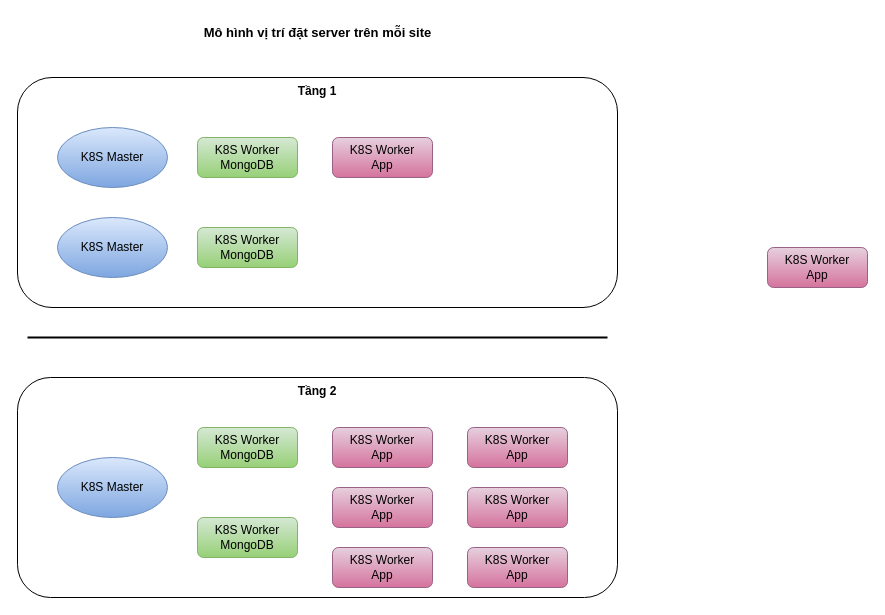
Before: page "Trang-3" (3 of 4) of trien khai mano ocs 100M.drawio in hiep1097/drawio, a draw.io diagram. Source tidied: cells renumbered, new cells numbered last; positions are measured from the earlier drawing's top-left corner, leaving out a move shared by most shapes. Both pictures are drawn from the tidied source at 100%, with x=0, y=0 at pixel (17, 17).
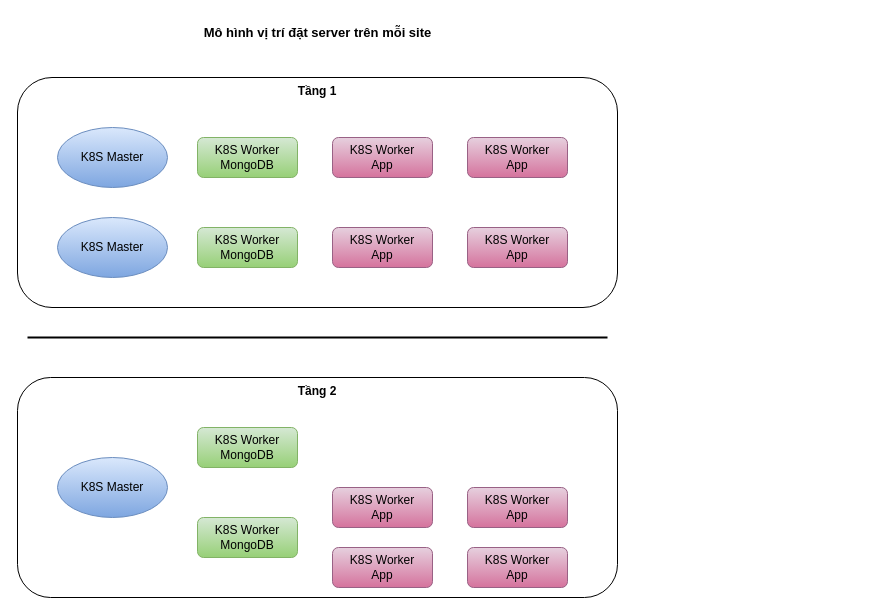
The same page after the edit.

Commit message:
Cập nhật trien khai mano ocs 100M.drawio

What changed in the source:
```diff
@@
     <mxCell id="11" value="K8S Worker&lt;div&gt;App&lt;/div&gt;" style="rounded=1;whiteSpace=wrap;html=1;fillColor=#e6d0de;gradientColor=#d5739d;strokeColor=#996185;" parent="1" vertex="1">
-      <mxGeometry x="450" y="410" width="100" height="40" as="geometry" />
+      <mxGeometry x="315" y="210" width="100" height="40" as="geometry" />
     </mxCell>
@@
     <mxCell id="16" value="K8S Worker&lt;div&gt;App&lt;/div&gt;" style="rounded=1;whiteSpace=wrap;html=1;fillColor=#e6d0de;gradientColor=#d5739d;strokeColor=#996185;" parent="1" vertex="1">
-      <mxGeometry x="315" y="410" width="100" height="40" as="geometry" />
+      <mxGeometry x="450" y="120" width="100" height="40" as="geometry" />
     </mxCell>
     <mxCell id="17" value="K8S Worker&lt;div&gt;App&lt;/div&gt;" style="rounded=1;whiteSpace=wrap;html=1;fillColor=#e6d0de;gradientColor=#d5739d;strokeColor=#996185;" parent="1" vertex="1">
-      <mxGeometry x="750" y="230" width="100" height="40" as="geometry" />
+      <mxGeometry x="450" y="210" width="100" height="40" as="geometry" />
     </mxCell>
@@
+    <mxCell id="21" style="edgeStyle=none;rounded=0;orthogonalLoop=1;jettySize=auto;html=1;exitX=0.5;exitY=1;exitDx=0;exitDy=0;dashed=1;dashPattern=1 3;strokeColor=default;strokeWidth=2;align=center;verticalAlign=middle;fontFamily=Helvetica;fontSize=11;fontColor=default;labelBackgroundColor=default;endArrow=none;" parent="1" edge="1" source="11" target="11">
+      <mxGeometry relative="1" as="geometry" />
+    </mxCell>
```
